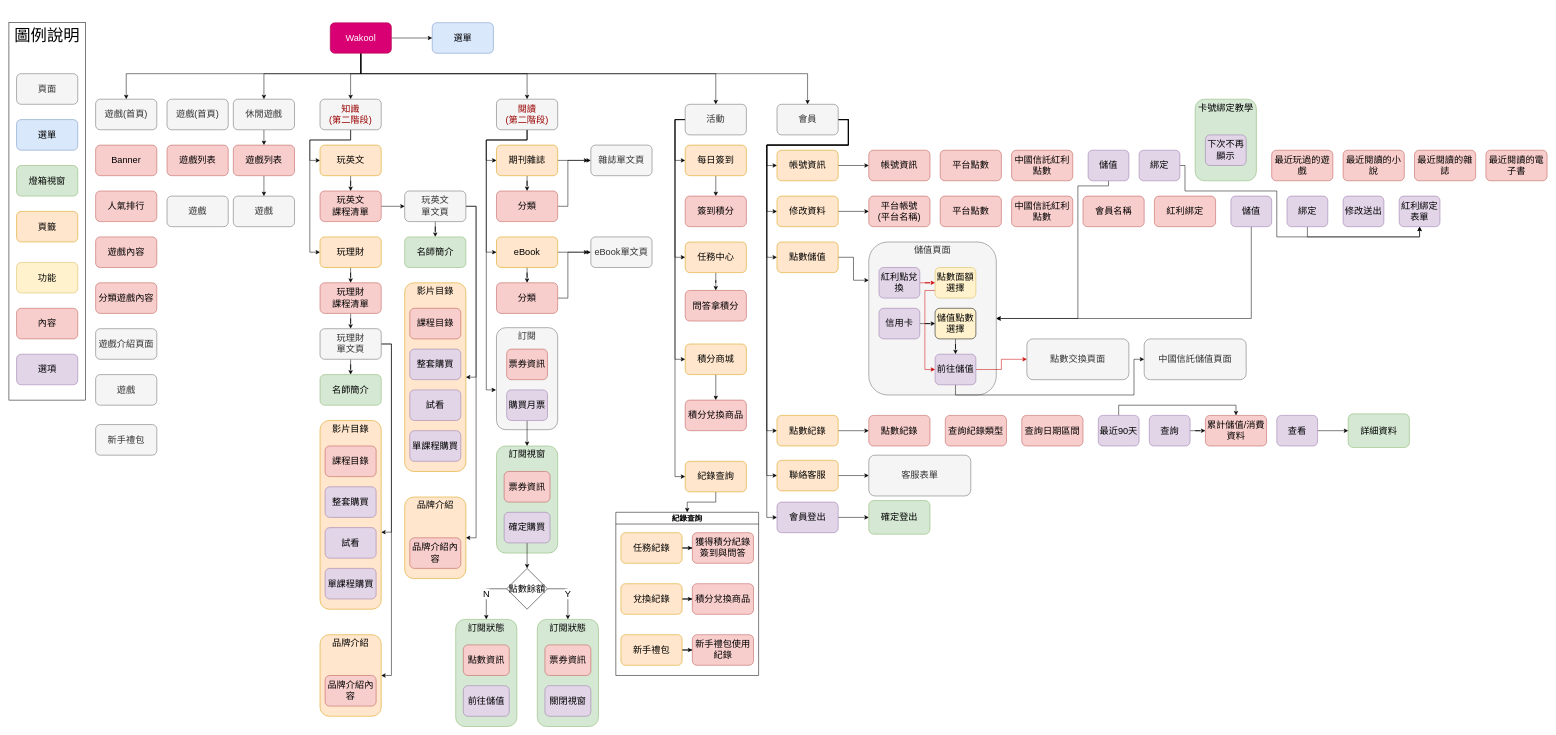
The draw.io diagram page "sitemap-1207" (3 of 3) of 亞太天天玩.drawio in Cadmus-design/Diagrams, before the edit. Source tidied: cells renumbered, new cells numbered last; positions are measured from the earlier drawing's top-left corner, leaving out a move shared by most shapes. Both pictures are drawn from the tidied source at 51%, with x=0, y=0 at pixel (9, 22).
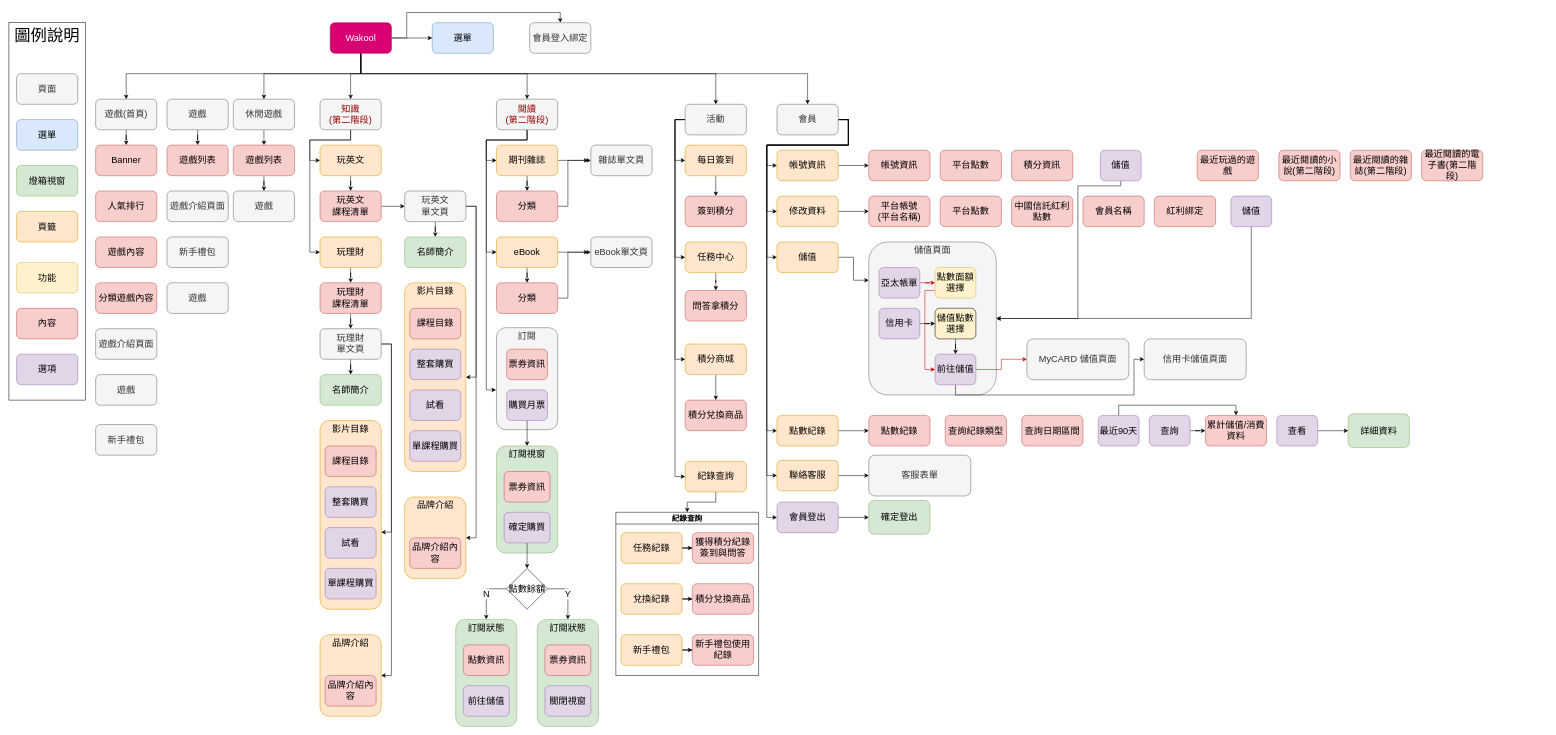
The same page after the edit.

Commit message (it also covers changes not shown here):
更新亞太天天玩.drawio

Unchanged cells that the change refers to:
```xml
<mxCell id="8" value="遊戲(首頁)" style="rounded=1;whiteSpace=wrap;html=1;fillColor=#f5f5f5;strokeColor=#666666;fontSize=18;fontColor=#333333;" parent="1" vertex="1">
  <mxGeometry x="170" y="150" width="120" height="60" as="geometry" />
</mxCell>
<mxCell id="35" value="Wakool" style="rounded=1;whiteSpace=wrap;html=1;fillColor=#d80073;fontColor=#ffffff;strokeColor=#A50040;fontSize=18;" parent="1" vertex="1">
  <mxGeometry x="630" width="120" height="60" as="geometry" />
</mxCell>
<mxCell id="73" value="Banner" style="rounded=1;whiteSpace=wrap;html=1;fillColor=#f8cecc;strokeColor=#b85450;fontSize=18;" parent="72" vertex="1">
  <mxGeometry width="120" height="60" as="geometry" />
</mxCell>
<mxCell id="128" value="儲值頁面" style="rounded=1;whiteSpace=wrap;html=1;fillColor=#f5f5f5;fontColor=#333333;strokeColor=#666666;fontSize=18;verticalAlign=top;" parent="1" vertex="1">
  <mxGeometry x="1686" y="430" width="250" height="300" as="geometry" />
</mxCell>
<mxCell id="201" value="遊戲列表" style="rounded=1;whiteSpace=wrap;html=1;fillColor=#f8cecc;strokeColor=#b85450;fontSize=18;" parent="1" vertex="1">
  <mxGeometry x="310" y="240" width="120" height="60" as="geometry" />
</mxCell>
```

The edit, as a diff of the source:
```diff
@@
+    <mxCell id="202" style="edgeStyle=orthogonalEdgeStyle;rounded=0;jettySize=auto;html=1;fontSize=15;" parent="1" edge="1" source="8" target="73">
+      <mxGeometry relative="1" as="geometry" />
+    </mxCell>
@@
+    <mxCell id="203" style="edgeStyle=orthogonalEdgeStyle;rounded=0;jettySize=auto;html=1;exitX=1;exitY=0.5;exitDx=0;exitDy=0;entryX=0.5;entryY=0;entryDx=0;entryDy=0;fontSize=15;" parent="1" edge="1" source="35" target="208">
+      <mxGeometry relative="1" as="geometry">
+        <Array as="points">
+          <mxPoint x="780" y="30" />
+          <mxPoint x="780" y="-20" />
+          <mxPoint x="1081" y="-20" />
+        </Array>
+      </mxGeometry>
+    </mxCell>
@@
-    <mxCell id="106" value="卡號綁定教學" style="rounded=1;whiteSpace=wrap;html=1;fillColor=#d5e8d4;strokeColor=#82b366;fontSize=18;verticalAlign=top;" parent="1" vertex="1">
-      <mxGeometry x="2326" y="150" width="120" height="160" as="geometry" />
-    </mxCell>
-    <mxCell id="107" value="下次不再顯示" style="rounded=1;whiteSpace=wrap;html=1;fillColor=#e1d5e7;strokeColor=#9673a6;fontSize=18;" parent="1" vertex="1">
-      <mxGeometry x="2346" y="220" width="80" height="60" as="geometry" />
-    </mxCell>
@@
-    <mxCell id="110" value="中國信託紅利點數" style="rounded=1;whiteSpace=wrap;html=1;fillColor=#f8cecc;strokeColor=#b85450;fontSize=18;" parent="1" vertex="1">
-      <mxGeometry x="1966" y="250" width="120" height="60" as="geometry" />
-    </mxCell>
-    <mxCell id="111" style="edgeStyle=orthogonalEdgeStyle;rounded=0;jettySize=auto;html=1;exitX=1;exitY=0.5;exitDx=0;exitDy=0;entryX=0.5;entryY=1;entryDx=0;entryDy=0;strokeColor=#000000;" parent="1" edge="1" source="112" target="152">
-      <mxGeometry relative="1" as="geometry">
-        <Array as="points">
-          <mxPoint x="2306" y="280" />
-          <mxPoint x="2306" y="330" />
-          <mxPoint x="2486" y="330" />
-          <mxPoint x="2486" y="420" />
-          <mxPoint x="2766" y="420" />
-        </Array>
-      </mxGeometry>
-    </mxCell>
-    <mxCell id="112" value="綁定" style="rounded=1;whiteSpace=wrap;html=1;fillColor=#e1d5e7;strokeColor=#9673a6;fontSize=18;" parent="1" vertex="1">
-      <mxGeometry x="2216" y="250" width="80" height="60" as="geometry" />
-    </mxCell>
@@
-    <mxCell id="119" value="點數儲值" style="rounded=1;whiteSpace=wrap;html=1;fillColor=#ffe6cc;strokeColor=#d79b00;fontSize=18;" parent="1" vertex="1">
+    <mxCell id="119" value="儲值" style="rounded=1;whiteSpace=wrap;html=1;fillColor=#ffe6cc;strokeColor=#d79b00;fontSize=18;" parent="1" vertex="1">
       <mxGeometry x="1506" y="430" width="120" height="60" as="geometry" />
     </mxCell>
@@
     <mxCell id="126" style="edgeStyle=orthogonalEdgeStyle;rounded=0;jettySize=auto;html=1;exitX=0.5;exitY=1;exitDx=0;exitDy=0;entryX=1;entryY=0.5;entryDx=0;entryDy=0;" parent="1" edge="1" source="127" target="128">
       <mxGeometry relative="1" as="geometry">
         <Array as="points">
-          <mxPoint x="2156" y="320" />
+          <mxPoint x="2180" y="320" />
           <mxPoint x="2096" y="320" />
           <mxPoint x="2096" y="580" />
         </Array>
       </mxGeometry>
     </mxCell>
     <mxCell id="127" value="儲值" style="rounded=1;whiteSpace=wrap;html=1;fillColor=#e1d5e7;strokeColor=#9673a6;fontSize=18;" parent="1" vertex="1">
-      <mxGeometry x="2116" y="250" width="80" height="60" as="geometry" />
+      <mxGeometry x="2140" y="250" width="80" height="60" as="geometry" />
     </mxCell>
@@
-    <mxCell id="130" value="紅利點兌換" style="rounded=1;whiteSpace=wrap;html=1;fillColor=#e1d5e7;strokeColor=#9673a6;fontSize=18;" parent="1" vertex="1">
+    <mxCell id="130" value="亞太帳單" style="rounded=1;whiteSpace=wrap;html=1;fillColor=#e1d5e7;strokeColor=#9673a6;fontSize=18;" parent="1" vertex="1">
       <mxGeometry x="1706" y="480" width="80" height="60" as="geometry" />
     </mxCell>
@@
-    <mxCell id="140" value="中國信託儲值頁面" style="rounded=1;whiteSpace=wrap;html=1;fillColor=#f5f5f5;fontColor=#333333;strokeColor=#666666;fontSize=18;verticalAlign=middle;" parent="1" vertex="1">
+    <mxCell id="140" value="信用卡儲值頁面" style="rounded=1;whiteSpace=wrap;html=1;fillColor=#f5f5f5;fontColor=#333333;strokeColor=#666666;fontSize=18;verticalAlign=middle;" parent="1" vertex="1">
       <mxGeometry x="2226" y="620" width="200" height="80" as="geometry" />
     </mxCell>
-    <mxCell id="141" value="點數交換頁面" style="rounded=1;whiteSpace=wrap;html=1;fillColor=#f5f5f5;fontColor=#333333;strokeColor=#666666;fontSize=18;verticalAlign=middle;" parent="1" vertex="1">
+    <mxCell id="141" value="MyCARD 儲值頁面" style="rounded=1;whiteSpace=wrap;html=1;fillColor=#f5f5f5;fontColor=#333333;strokeColor=#666666;fontSize=18;verticalAlign=middle;" parent="1" vertex="1">
       <mxGeometry x="1996" y="620" width="200" height="80" as="geometry" />
     </mxCell>
@@
-    <mxCell id="147" style="edgeStyle=orthogonalEdgeStyle;rounded=0;jettySize=auto;html=1;exitX=0.5;exitY=1;exitDx=0;exitDy=0;entryX=0.5;entryY=1;entryDx=0;entryDy=0;strokeColor=#000000;" parent="1" edge="1" source="148" target="152">
-      <mxGeometry relative="1" as="geometry" />
-    </mxCell>
-    <mxCell id="148" value="綁定" style="rounded=1;whiteSpace=wrap;html=1;fillColor=#e1d5e7;strokeColor=#9673a6;fontSize=18;" parent="1" vertex="1">
-      <mxGeometry x="2506" y="340" width="80" height="60" as="geometry" />
-    </mxCell>
@@
-    <mxCell id="151" value="修改送出" style="rounded=1;whiteSpace=wrap;html=1;fillColor=#e1d5e7;strokeColor=#9673a6;fontSize=18;" parent="1" vertex="1">
-      <mxGeometry x="2616" y="340" width="80" height="60" as="geometry" />
-    </mxCell>
-    <mxCell id="152" value="紅利綁定表單" style="rounded=1;whiteSpace=wrap;html=1;fillColor=#e1d5e7;strokeColor=#9673a6;fontSize=18;" parent="1" vertex="1">
-      <mxGeometry x="2726" y="340" width="80" height="60" as="geometry" />
-    </mxCell>
     <mxCell id="153" value="最近玩過的遊戲" style="rounded=1;whiteSpace=wrap;html=1;fillColor=#f8cecc;strokeColor=#b85450;fontSize=18;" parent="1" vertex="1">
-      <mxGeometry x="2476" y="250" width="120" height="60" as="geometry" />
+      <mxGeometry x="2330" y="250" width="120" height="60" as="geometry" />
     </mxCell>
-    <mxCell id="154" value="最近閱讀的小說" style="rounded=1;whiteSpace=wrap;html=1;fillColor=#f8cecc;strokeColor=#b85450;fontSize=18;" parent="1" vertex="1">
-      <mxGeometry x="2616" y="250" width="120" height="60" as="geometry" />
+    <mxCell id="154" value="最近閱讀的小說(第二階段)" style="rounded=1;whiteSpace=wrap;html=1;fillColor=#f8cecc;strokeColor=#b85450;fontSize=18;" parent="1" vertex="1">
+      <mxGeometry x="2490" y="250" width="120" height="60" as="geometry" />
     </mxCell>
-    <mxCell id="155" value="最近閱讀的雜誌" style="rounded=1;whiteSpace=wrap;html=1;fillColor=#f8cecc;strokeColor=#b85450;fontSize=18;" parent="1" vertex="1">
-      <mxGeometry x="2756" y="250" width="120" height="60" as="geometry" />
+    <mxCell id="155" value="最近閱讀的雜誌(第二階段)" style="rounded=1;whiteSpace=wrap;html=1;fillColor=#f8cecc;strokeColor=#b85450;fontSize=18;" parent="1" vertex="1">
+      <mxGeometry x="2630" y="250" width="120" height="60" as="geometry" />
     </mxCell>
-    <mxCell id="156" value="最近閱讀的電子書" style="rounded=1;whiteSpace=wrap;html=1;fillColor=#f8cecc;strokeColor=#b85450;fontSize=18;" parent="1" vertex="1">
-      <mxGeometry x="2896" y="250" width="120" height="60" as="geometry" />
+    <mxCell id="156" value="最近閱讀的電子書(第二階段)" style="rounded=1;whiteSpace=wrap;html=1;fillColor=#f8cecc;strokeColor=#b85450;fontSize=18;" parent="1" vertex="1">
+      <mxGeometry x="2770" y="250" width="120" height="60" as="geometry" />
     </mxCell>
@@
     <mxCell id="174" value="遊戲" style="rounded=1;whiteSpace=wrap;html=1;fillColor=#f5f5f5;strokeColor=#666666;fontSize=18;fontColor=#333333;" parent="1" vertex="1">
-      <mxGeometry x="440" y="340" width="120" height="60" as="geometry" />
+      <mxGeometry x="440" y="330" width="120" height="60" as="geometry" />
     </mxCell>
@@
+    <mxCell id="204" style="edgeStyle=orthogonalEdgeStyle;rounded=0;jettySize=auto;html=1;fontSize=15;" parent="1" edge="1" source="199" target="201">
+      <mxGeometry relative="1" as="geometry" />
+    </mxCell>
-    <mxCell id="199" value="遊戲(首頁)" style="rounded=1;whiteSpace=wrap;html=1;fillColor=#f5f5f5;strokeColor=#666666;fontSize=18;fontColor=#333333;" parent="1" vertex="1">
+    <mxCell id="199" value="遊戲" style="rounded=1;whiteSpace=wrap;html=1;fillColor=#f5f5f5;strokeColor=#666666;fontSize=18;fontColor=#333333;" parent="1" vertex="1">
       <mxGeometry x="310" y="150" width="120" height="60" as="geometry" />
     </mxCell>
-    <mxCell id="200" value="遊戲" style="rounded=1;whiteSpace=wrap;html=1;fillColor=#f5f5f5;strokeColor=#666666;fontSize=18;fontColor=#333333;" parent="1" vertex="1">
-      <mxGeometry x="310" y="340" width="120" height="60" as="geometry" />
+    <mxCell id="200" value="遊戲介紹頁面" style="rounded=1;whiteSpace=wrap;html=1;fillColor=#f5f5f5;strokeColor=#666666;fontSize=18;fontColor=#333333;" parent="1" vertex="1">
+      <mxGeometry x="310" y="330" width="120" height="60" as="geometry" />
     </mxCell>
@@
+    <mxCell id="205" value="遊戲" style="rounded=1;whiteSpace=wrap;html=1;fillColor=#f5f5f5;strokeColor=#666666;fontSize=18;fontColor=#333333;" parent="1" vertex="1">
+      <mxGeometry x="310" y="510" width="120" height="60" as="geometry" />
+    </mxCell>
+    <mxCell id="206" value="新手禮包" style="rounded=1;whiteSpace=wrap;html=1;fillColor=#f5f5f5;strokeColor=#666666;fontSize=18;fontColor=#333333;" parent="1" vertex="1">
+      <mxGeometry x="310" y="420" width="120" height="60" as="geometry" />
+    </mxCell>
+    <mxCell id="207" value="積分資訊" style="rounded=1;whiteSpace=wrap;html=1;fillColor=#f8cecc;strokeColor=#b85450;fontSize=18;" parent="1" vertex="1">
+      <mxGeometry x="1966" y="250" width="120" height="60" as="geometry" />
+    </mxCell>
+    <mxCell id="208" value="會員登入綁定" style="rounded=1;whiteSpace=wrap;html=1;fillColor=#f5f5f5;strokeColor=#666666;fontSize=18;fontColor=#333333;" parent="1" vertex="1">
+      <mxGeometry x="1021" width="120" height="60" as="geometry" />
+    </mxCell>
```
